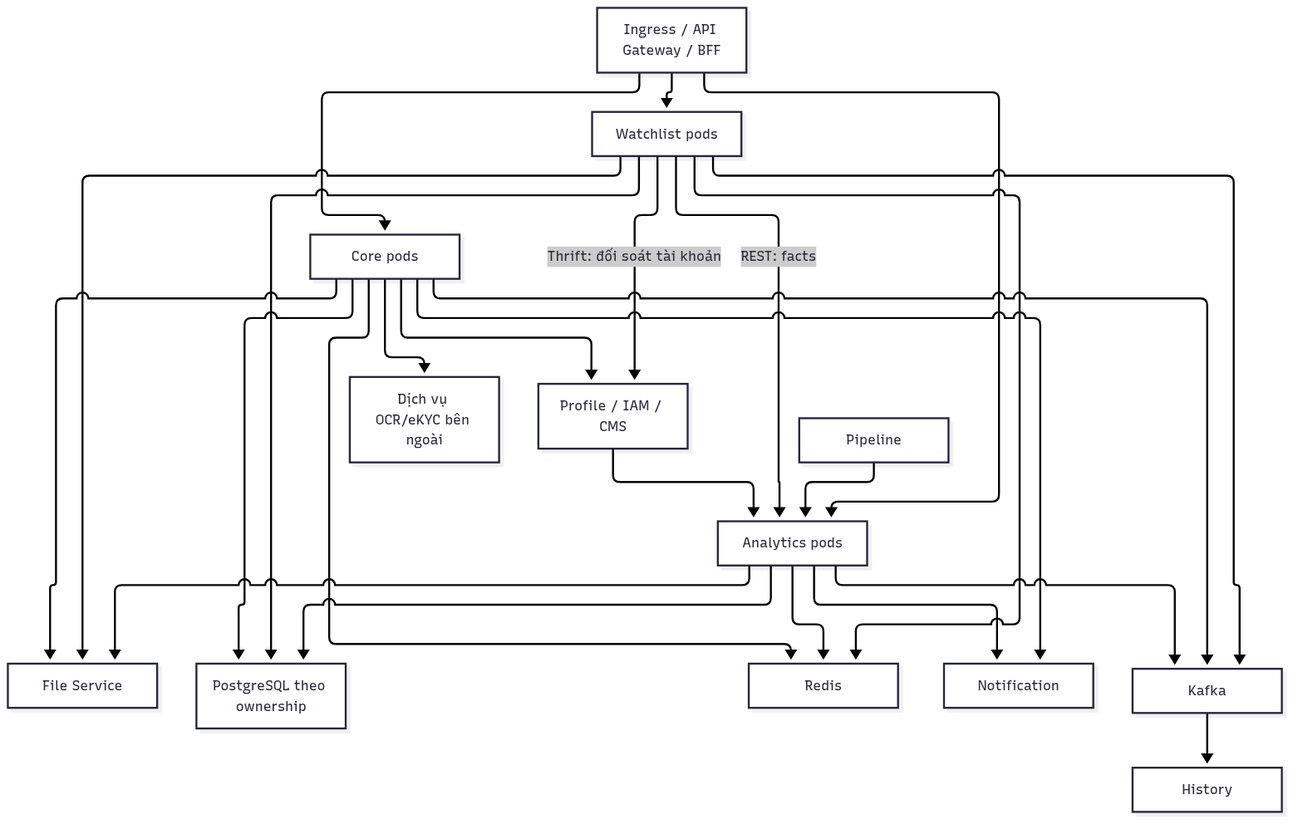
The Mermaid diagram cobroker/diagrams/cobroker-12.png in huynv-xyz/vhm-tdd, before a commit. Its source is kept beside it as cobroker/diagrams/cobroker-12.mmd.
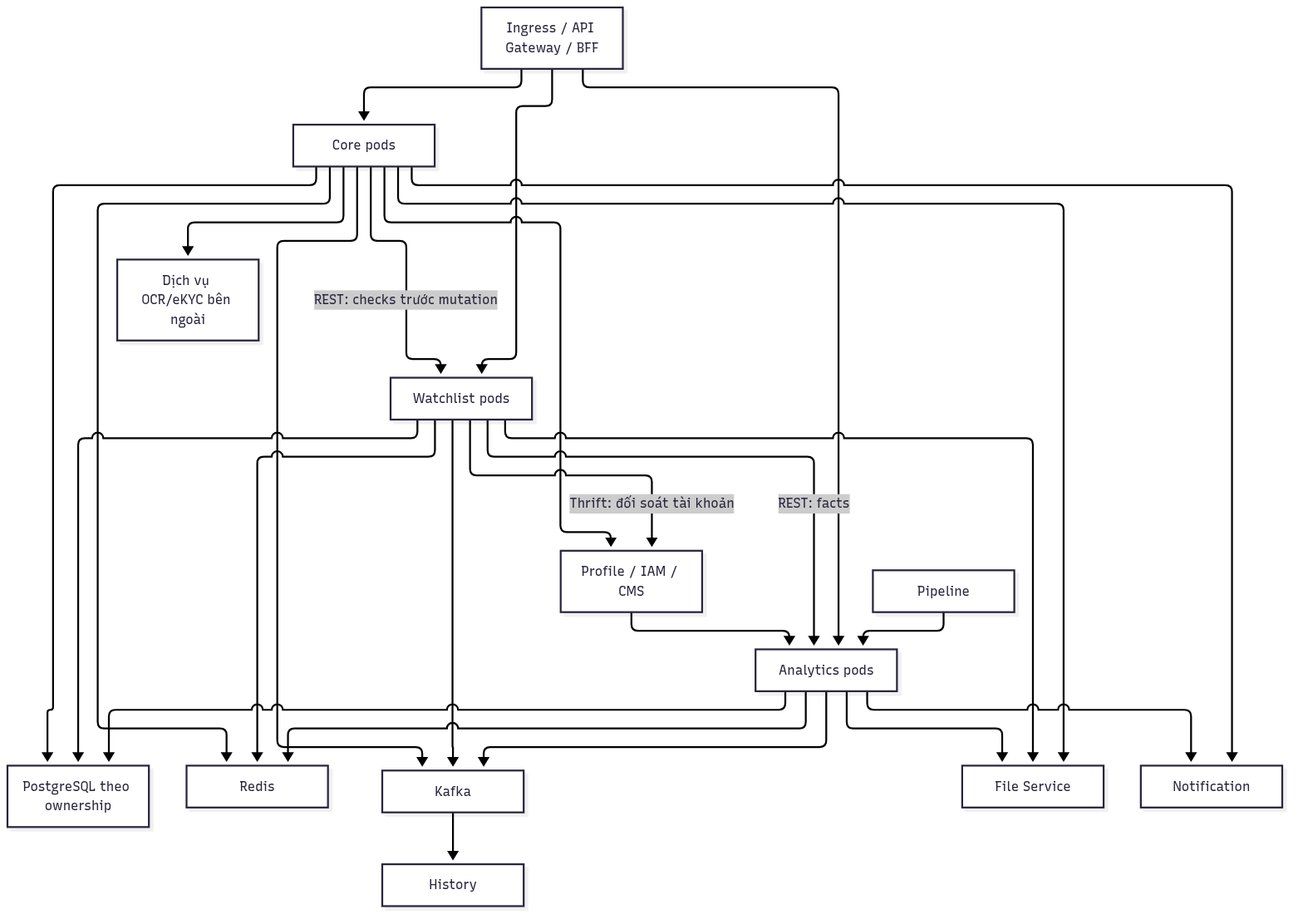
The same file after the commit.

Commit message:
docs: resolve Cobroker TTD inconsistencies and track open decisions

Diff of the diagram source:
```diff
@@ -2,6 +2,7 @@
     G["Ingress / API Gateway / BFF"] --> C["Core pods"]
     G --> A["Analytics pods"]
     G --> W["Watchlist pods"]
+    C -->|"REST: checks trước mutation"| W
     C --> E["Dịch vụ OCR/eKYC bên ngoài"]
     C --> DB["PostgreSQL theo ownership"]
     A --> DB
```
